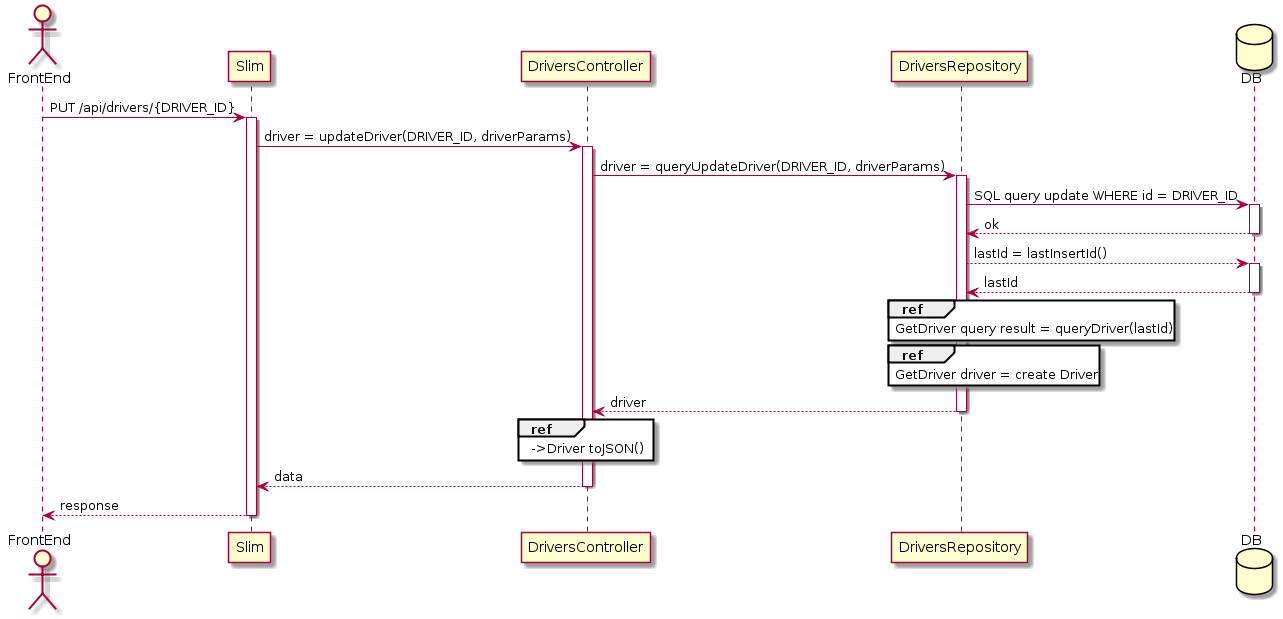
malvinkooo/taxiSystem keeps this PlantUML diagram as docs/BackEnd/SequenceDiagram/UpdateDriver.png. Above is the earlier version.
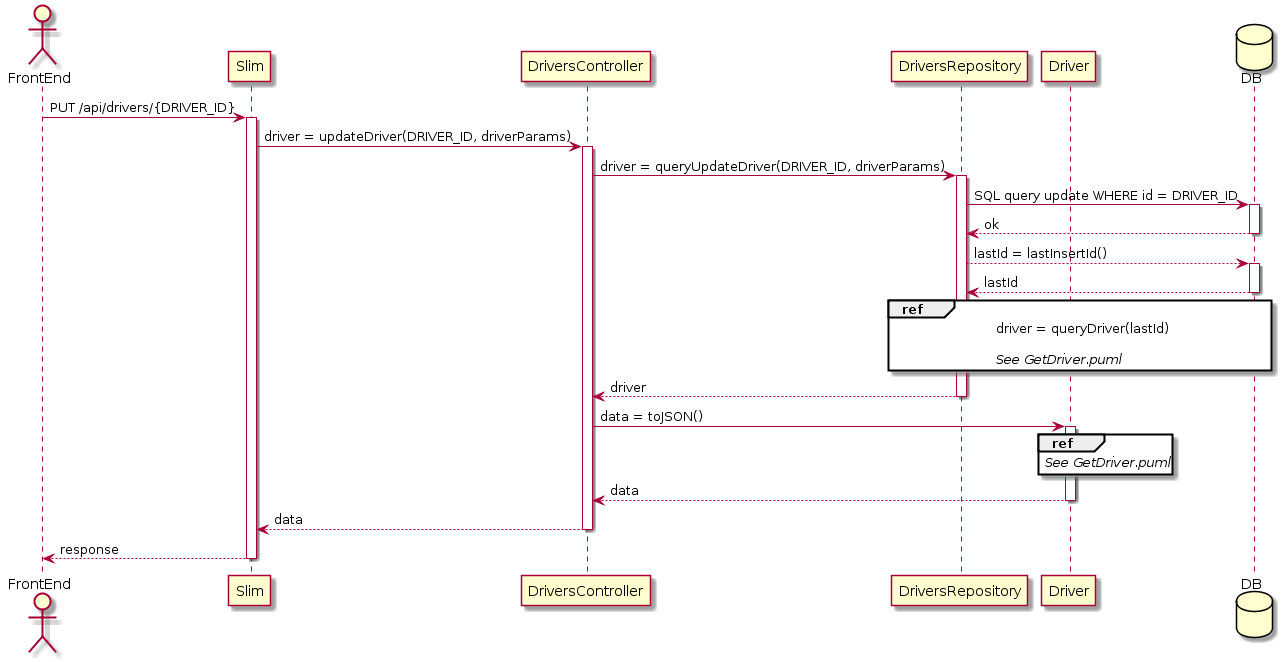
After the change.

Change to the diagram source:
```diff
@@ -3,6 +3,7 @@
 participant Slim
 participant DriversController
 participant DriversRepository
+participant Driver
 database DB
 
 FrontEnd -> Slim : PUT /api/drivers/{DRIVER_ID}
@@ -21,20 +22,22 @@
 DB --> DriversRepository : lastId
 deactivate DB
 
-ref over DriversRepository
-GetDriver query result = queryDriver(lastId)
-end ref
+ref over DriversRepository, DB
+driver = queryDriver(lastId)
 
-ref over DriversRepository
-GetDriver driver = create Driver
+//See GetDriver.puml//
 end ref
 
 DriversRepository --> DriversController : driver
 deactivate DriversRepository
 
-ref over DriversController
-->Driver toJSON()
+DriversController -> Driver: data = toJSON()
+activate Driver
+ref over Driver
+//See GetDriver.puml//
 end ref
+Driver --> DriversController :  data
+deactivate Driver
 
 DriversController --> Slim : data
 deactivate DriversController
```
